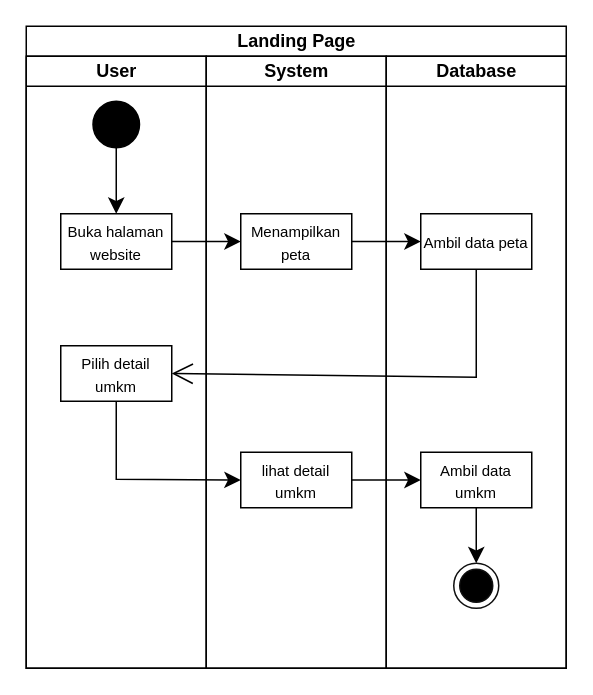
This is page "Landing page" (3 of 17) of activity diagram gis.drawio from AmirRazer/DrawIoErd, a draw.io file, before an edit. Source tidied: cells renumbered, new cells numbered last; positions are measured from the earlier drawing's top-left corner, leaving out a move shared by most shapes. Both pictures are drawn from the tidied source at 150%, with x=0, y=0 at pixel (26, 26).
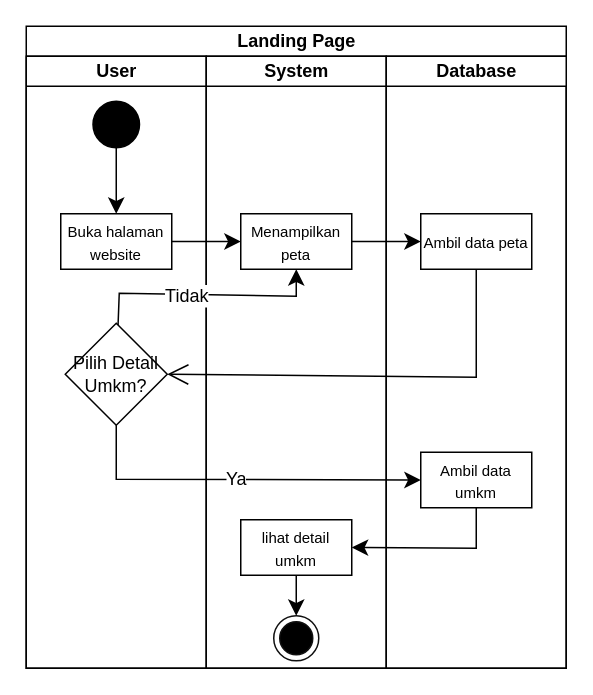
Above is the later version.

Unchanged cells that the change refers to:
```xml
<mxCell id="2" value="Landing Page" style="swimlane;startSize=20;html=1;" parent="1" vertex="1">
  <mxGeometry width="360" height="428" as="geometry" />
</mxCell>
<mxCell id="3" value="User" style="swimlane;startSize=20;html=1;" parent="2" vertex="1">
  <mxGeometry y="20" width="120" height="408" as="geometry" />
</mxCell>
<mxCell id="8" value="System" style="swimlane;startSize=20;html=1;" parent="2" vertex="1">
  <mxGeometry x="120" y="20" width="120" height="408" as="geometry" />
</mxCell>
<mxCell id="9" value="&lt;font style=&quot;font-size: 10px;&quot;&gt;Menampilkan peta&lt;/font&gt;" style="rounded=0;whiteSpace=wrap;html=1;" parent="8" vertex="1">
  <mxGeometry x="23" y="105" width="74" height="37" as="geometry" />
</mxCell>
<mxCell id="11" value="Database" style="swimlane;startSize=20;html=1;" parent="2" vertex="1">
  <mxGeometry x="240" y="20" width="120" height="408" as="geometry" />
</mxCell>
<mxCell id="12" value="&lt;font style=&quot;font-size: 10px;&quot;&gt;Ambil data peta&lt;/font&gt;" style="rounded=0;whiteSpace=wrap;html=1;" parent="11" vertex="1">
  <mxGeometry x="23" y="105" width="74" height="37" as="geometry" />
</mxCell>
<mxCell id="14" value="&lt;font style=&quot;font-size: 10px;&quot;&gt;Ambil data umkm&lt;/font&gt;" style="rounded=0;whiteSpace=wrap;html=1;" parent="11" vertex="1">
  <mxGeometry x="23" y="264" width="74" height="37" as="geometry" />
</mxCell>
```

What changed in the source:
```diff
@@
-    <mxCell id="7" value="&lt;font style=&quot;font-size: 10px;&quot;&gt;Pilih detail umkm&lt;/font&gt;" style="rounded=0;whiteSpace=wrap;html=1;" parent="3" vertex="1">
-      <mxGeometry x="23" y="193" width="74" height="37" as="geometry" />
-    </mxCell>
+    <mxCell id="21" value="Pilih Detail Umkm?" style="rhombus;whiteSpace=wrap;html=1;" parent="3" vertex="1">
+      <mxGeometry x="26" y="178" width="68" height="68" as="geometry" />
+    </mxCell>
@@
     <mxCell id="10" value="&lt;font style=&quot;font-size: 10px;&quot;&gt;lihat detail umkm&lt;/font&gt;" style="rounded=0;whiteSpace=wrap;html=1;" parent="8" vertex="1">
-      <mxGeometry x="23" y="264" width="74" height="37" as="geometry" />
+      <mxGeometry x="23" y="309" width="74" height="37" as="geometry" />
     </mxCell>
+    <mxCell id="15" style="ellipse;html=1;shape=endState;fillColor=#000000;strokeColor=#0f0f0f;" parent="8" vertex="1">
+      <mxGeometry x="45" y="373" width="30" height="30" as="geometry" />
+    </mxCell>
+    <mxCell id="13" style="edgeStyle=none;curved=1;rounded=0;jettySize=auto;html=1;fontSize=12;startSize=8;endSize=8;exitX=0.5;exitY=1;exitDx=0;exitDy=0;" parent="8" edge="1" source="10" target="15">
+      <mxGeometry relative="1" as="geometry" />
+    </mxCell>
@@
-    <mxCell id="13" style="edgeStyle=none;curved=1;rounded=0;jettySize=auto;html=1;fontSize=12;startSize=8;endSize=8;" parent="11" edge="1" source="14" target="15">
-      <mxGeometry relative="1" as="geometry" />
-    </mxCell>
@@
-    <mxCell id="15" style="ellipse;html=1;shape=endState;fillColor=#000000;strokeColor=#0f0f0f;" parent="11" vertex="1">
-      <mxGeometry x="45" y="338" width="30" height="30" as="geometry" />
-    </mxCell>
@@
-    <mxCell id="18" style="endArrow=open;endFill=1;endSize=12;html=1;rounded=0;fontSize=12;curved=0;exitX=0.5;exitY=1;exitDx=0;exitDy=0;entryX=1;entryY=0.5;entryDx=0;entryDy=0;" parent="2" edge="1" source="12" target="7">
+    <mxCell id="18" style="endArrow=open;endFill=1;endSize=12;html=1;rounded=0;fontSize=12;curved=0;exitX=0.5;exitY=1;exitDx=0;exitDy=0;entryX=1;entryY=0.5;entryDx=0;entryDy=0;" parent="2" edge="1" source="12" target="21">
       <mxGeometry relative="1" as="geometry">
         <Array as="points">
           <mxPoint x="300" y="234" />
         </Array>
       </mxGeometry>
     </mxCell>
-    <mxCell id="19" style="edgeStyle=none;curved=0;rounded=0;jettySize=auto;html=1;entryX=0;entryY=0.5;entryDx=0;entryDy=0;fontSize=12;startSize=8;endSize=8;" parent="2" edge="1" source="7" target="10">
+    <mxCell id="19" style="edgeStyle=none;curved=0;rounded=0;jettySize=auto;html=1;entryX=0;entryY=0.5;entryDx=0;entryDy=0;fontSize=12;startSize=8;endSize=8;exitX=0.5;exitY=1;exitDx=0;exitDy=0;" parent="2" edge="1" source="21" target="14">
       <mxGeometry relative="1" as="geometry">
         <Array as="points">
           <mxPoint x="60" y="302" />
         </Array>
       </mxGeometry>
     </mxCell>
-    <mxCell id="20" style="edgeStyle=none;curved=1;rounded=0;jettySize=auto;html=1;entryX=0;entryY=0.5;entryDx=0;entryDy=0;fontSize=12;startSize=8;endSize=8;" parent="2" edge="1" source="10" target="14">
-      <mxGeometry relative="1" as="geometry" />
-    </mxCell>
+    <mxCell id="22" value="Ya" style="edgeLabel;html=1;align=center;verticalAlign=middle;fontSize=12;" parent="19" vertex="1">
+      <mxGeometry x="-0.04" y="1" relative="1" as="geometry" />
+    </mxCell>
+    <mxCell id="23" style="edgeStyle=none;curved=0;rounded=0;jettySize=auto;html=1;entryX=1;entryY=0.5;entryDx=0;entryDy=0;fontSize=12;startSize=8;endSize=8;" parent="2" edge="1" source="14" target="10">
+      <mxGeometry relative="1" as="geometry">
+        <Array as="points">
+          <mxPoint x="300" y="348" />
+        </Array>
+      </mxGeometry>
+    </mxCell>
+    <mxCell id="24" style="edgeStyle=none;curved=0;rounded=0;jettySize=auto;html=1;entryX=0.5;entryY=1;entryDx=0;entryDy=0;fontSize=12;startSize=8;endSize=8;" parent="2" edge="1" source="21" target="9">
+      <mxGeometry relative="1" as="geometry">
+        <Array as="points">
+          <mxPoint x="62" y="178" />
+          <mxPoint x="180" y="180" />
+        </Array>
+      </mxGeometry>
+    </mxCell>
+    <mxCell id="25" value="Tidak" style="edgeLabel;html=1;align=center;verticalAlign=middle;fontSize=12;" parent="24" vertex="1">
+      <mxGeometry x="-0.16" y="-1" relative="1" as="geometry" />
+    </mxCell>
```
